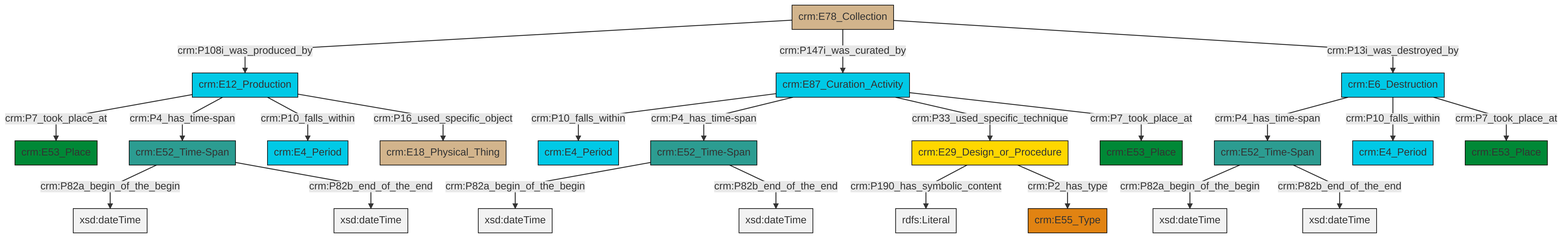
This is et/archivalCSV/ttl/mmd/png/archival_existence.png from swiss-art-research-net/docs.swissartresearch, a Mermaid export, as it was before one commit. Its source is kept beside it as et/archivalCSV/ttl/mmd/archival_existence.ttl.mmd.
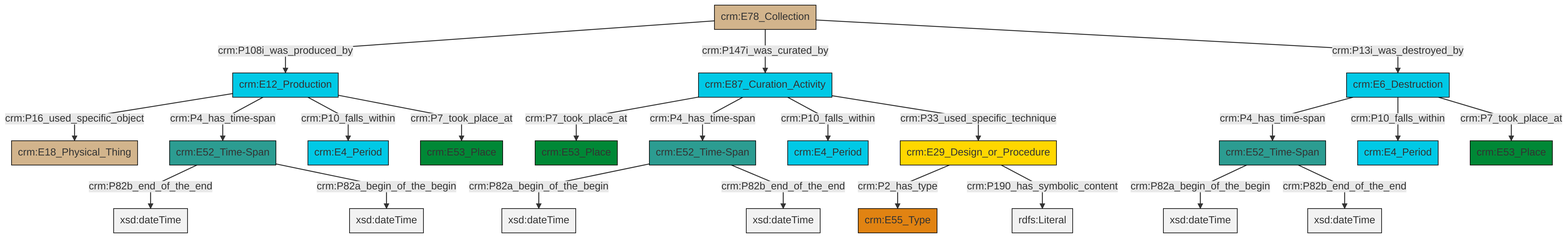
The same file after the commit.

Change to the diagram source:
```diff
@@ -13,25 +13,25 @@
 classDef PC_Classes fill:#4ce600, stroke:#000000;
 classDef Multi fill:#cccccc,stroke:#000000;
 
-0["crm:E6_Destruction"]:::Temporal_Entity -->|crm:P4_has_time-span| 1["crm:E52_Time-Span"]:::Time-Span
-1["crm:E52_Time-Span"]:::Time-Span -->|crm:P82a_begin_of_the_begin| 2[xsd:dateTime]:::Literal
-3["crm:E78_Collection"]:::Physical_Thing -->|crm:P108i_was_produced_by| 4["crm:E12_Production"]:::Temporal_Entity
-0["crm:E6_Destruction"]:::Temporal_Entity -->|crm:P10_falls_within| 11["crm:E4_Period"]:::Temporal_Entity
-14["crm:E87_Curation_Activity"]:::Temporal_Entity -->|crm:P10_falls_within| 7["crm:E4_Period"]:::Temporal_Entity
-18["crm:E29_Design_or_Procedure"]:::Conceptual_Object -->|crm:P190_has_symbolic_content| 19[rdfs:Literal]:::Literal
-22["crm:E52_Time-Span"]:::Time-Span -->|crm:P82a_begin_of_the_begin| 23[xsd:dateTime]:::Literal
-4["crm:E12_Production"]:::Temporal_Entity -->|crm:P7_took_place_at| 25["crm:E53_Place"]:::Place
-1["crm:E52_Time-Span"]:::Time-Span -->|crm:P82b_end_of_the_end| 27[xsd:dateTime]:::Literal
-22["crm:E52_Time-Span"]:::Time-Span -->|crm:P82b_end_of_the_end| 28[xsd:dateTime]:::Literal
-3["crm:E78_Collection"]:::Physical_Thing -->|crm:P147i_was_curated_by| 14["crm:E87_Curation_Activity"]:::Temporal_Entity
-14["crm:E87_Curation_Activity"]:::Temporal_Entity -->|crm:P4_has_time-span| 9["crm:E52_Time-Span"]:::Time-Span
-9["crm:E52_Time-Span"]:::Time-Span -->|crm:P82a_begin_of_the_begin| 29[xsd:dateTime]:::Literal
-14["crm:E87_Curation_Activity"]:::Temporal_Entity -->|crm:P33_used_specific_technique| 18["crm:E29_Design_or_Procedure"]:::Conceptual_Object
-0["crm:E6_Destruction"]:::Temporal_Entity -->|crm:P7_took_place_at| 5["crm:E53_Place"]:::Place
-18["crm:E29_Design_or_Procedure"]:::Conceptual_Object -->|crm:P2_has_type| 31["crm:E55_Type"]:::Type
-9["crm:E52_Time-Span"]:::Time-Span -->|crm:P82b_end_of_the_end| 32[xsd:dateTime]:::Literal
-14["crm:E87_Curation_Activity"]:::Temporal_Entity -->|crm:P7_took_place_at| 15["crm:E53_Place"]:::Place
-4["crm:E12_Production"]:::Temporal_Entity -->|crm:P4_has_time-span| 22["crm:E52_Time-Span"]:::Time-Span
-4["crm:E12_Production"]:::Temporal_Entity -->|crm:P10_falls_within| 12["crm:E4_Period"]:::Temporal_Entity
-3["crm:E78_Collection"]:::Physical_Thing -->|crm:P13i_was_destroyed_by| 0["crm:E6_Destruction"]:::Temporal_Entity
-4["crm:E12_Production"]:::Temporal_Entity -->|crm:P16_used_specific_object| 20["crm:E18_Physical_Thing"]:::Physical_Thing
+0["crm:E87_Curation_Activity"]:::Temporal_Entity -->|crm:P7_took_place_at| 1["crm:E53_Place"]:::Place
+2["crm:E78_Collection"]:::Physical_Thing -->|crm:P108i_was_produced_by| 3["crm:E12_Production"]:::Temporal_Entity
+3["crm:E12_Production"]:::Temporal_Entity -->|crm:P16_used_specific_object| 4["crm:E18_Physical_Thing"]:::Physical_Thing
+3["crm:E12_Production"]:::Temporal_Entity -->|crm:P4_has_time-span| 7["crm:E52_Time-Span"]:::Time-Span
+0["crm:E87_Curation_Activity"]:::Temporal_Entity -->|crm:P4_has_time-span| 8["crm:E52_Time-Span"]:::Time-Span
+5["crm:E6_Destruction"]:::Temporal_Entity -->|crm:P4_has_time-span| 10["crm:E52_Time-Span"]:::Time-Span
+10["crm:E52_Time-Span"]:::Time-Span -->|crm:P82a_begin_of_the_begin| 11[xsd:dateTime]:::Literal
+10["crm:E52_Time-Span"]:::Time-Span -->|crm:P82b_end_of_the_end| 15[xsd:dateTime]:::Literal
+16["crm:E29_Design_or_Procedure"]:::Conceptual_Object -->|crm:P2_has_type| 17["crm:E55_Type"]:::Type
+7["crm:E52_Time-Span"]:::Time-Span -->|crm:P82b_end_of_the_end| 19[xsd:dateTime]:::Literal
+8["crm:E52_Time-Span"]:::Time-Span -->|crm:P82a_begin_of_the_begin| 25[xsd:dateTime]:::Literal
+5["crm:E6_Destruction"]:::Temporal_Entity -->|crm:P10_falls_within| 26["crm:E4_Period"]:::Temporal_Entity
+0["crm:E87_Curation_Activity"]:::Temporal_Entity -->|crm:P10_falls_within| 21["crm:E4_Period"]:::Temporal_Entity
+7["crm:E52_Time-Span"]:::Time-Span -->|crm:P82a_begin_of_the_begin| 27[xsd:dateTime]:::Literal
+8["crm:E52_Time-Span"]:::Time-Span -->|crm:P82b_end_of_the_end| 28[xsd:dateTime]:::Literal
+3["crm:E12_Production"]:::Temporal_Entity -->|crm:P10_falls_within| 29["crm:E4_Period"]:::Temporal_Entity
+5["crm:E6_Destruction"]:::Temporal_Entity -->|crm:P7_took_place_at| 23["crm:E53_Place"]:::Place
+0["crm:E87_Curation_Activity"]:::Temporal_Entity -->|crm:P33_used_specific_technique| 16["crm:E29_Design_or_Procedure"]:::Conceptual_Object
+2["crm:E78_Collection"]:::Physical_Thing -->|crm:P147i_was_curated_by| 0["crm:E87_Curation_Activity"]:::Temporal_Entity
+3["crm:E12_Production"]:::Temporal_Entity -->|crm:P7_took_place_at| 13["crm:E53_Place"]:::Place
+16["crm:E29_Design_or_Procedure"]:::Conceptual_Object -->|crm:P190_has_symbolic_content| 36[rdfs:Literal]:::Literal
+2["crm:E78_Collection"]:::Physical_Thing -->|crm:P13i_was_destroyed_by| 5["crm:E6_Destruction"]:::Temporal_Entity
```
